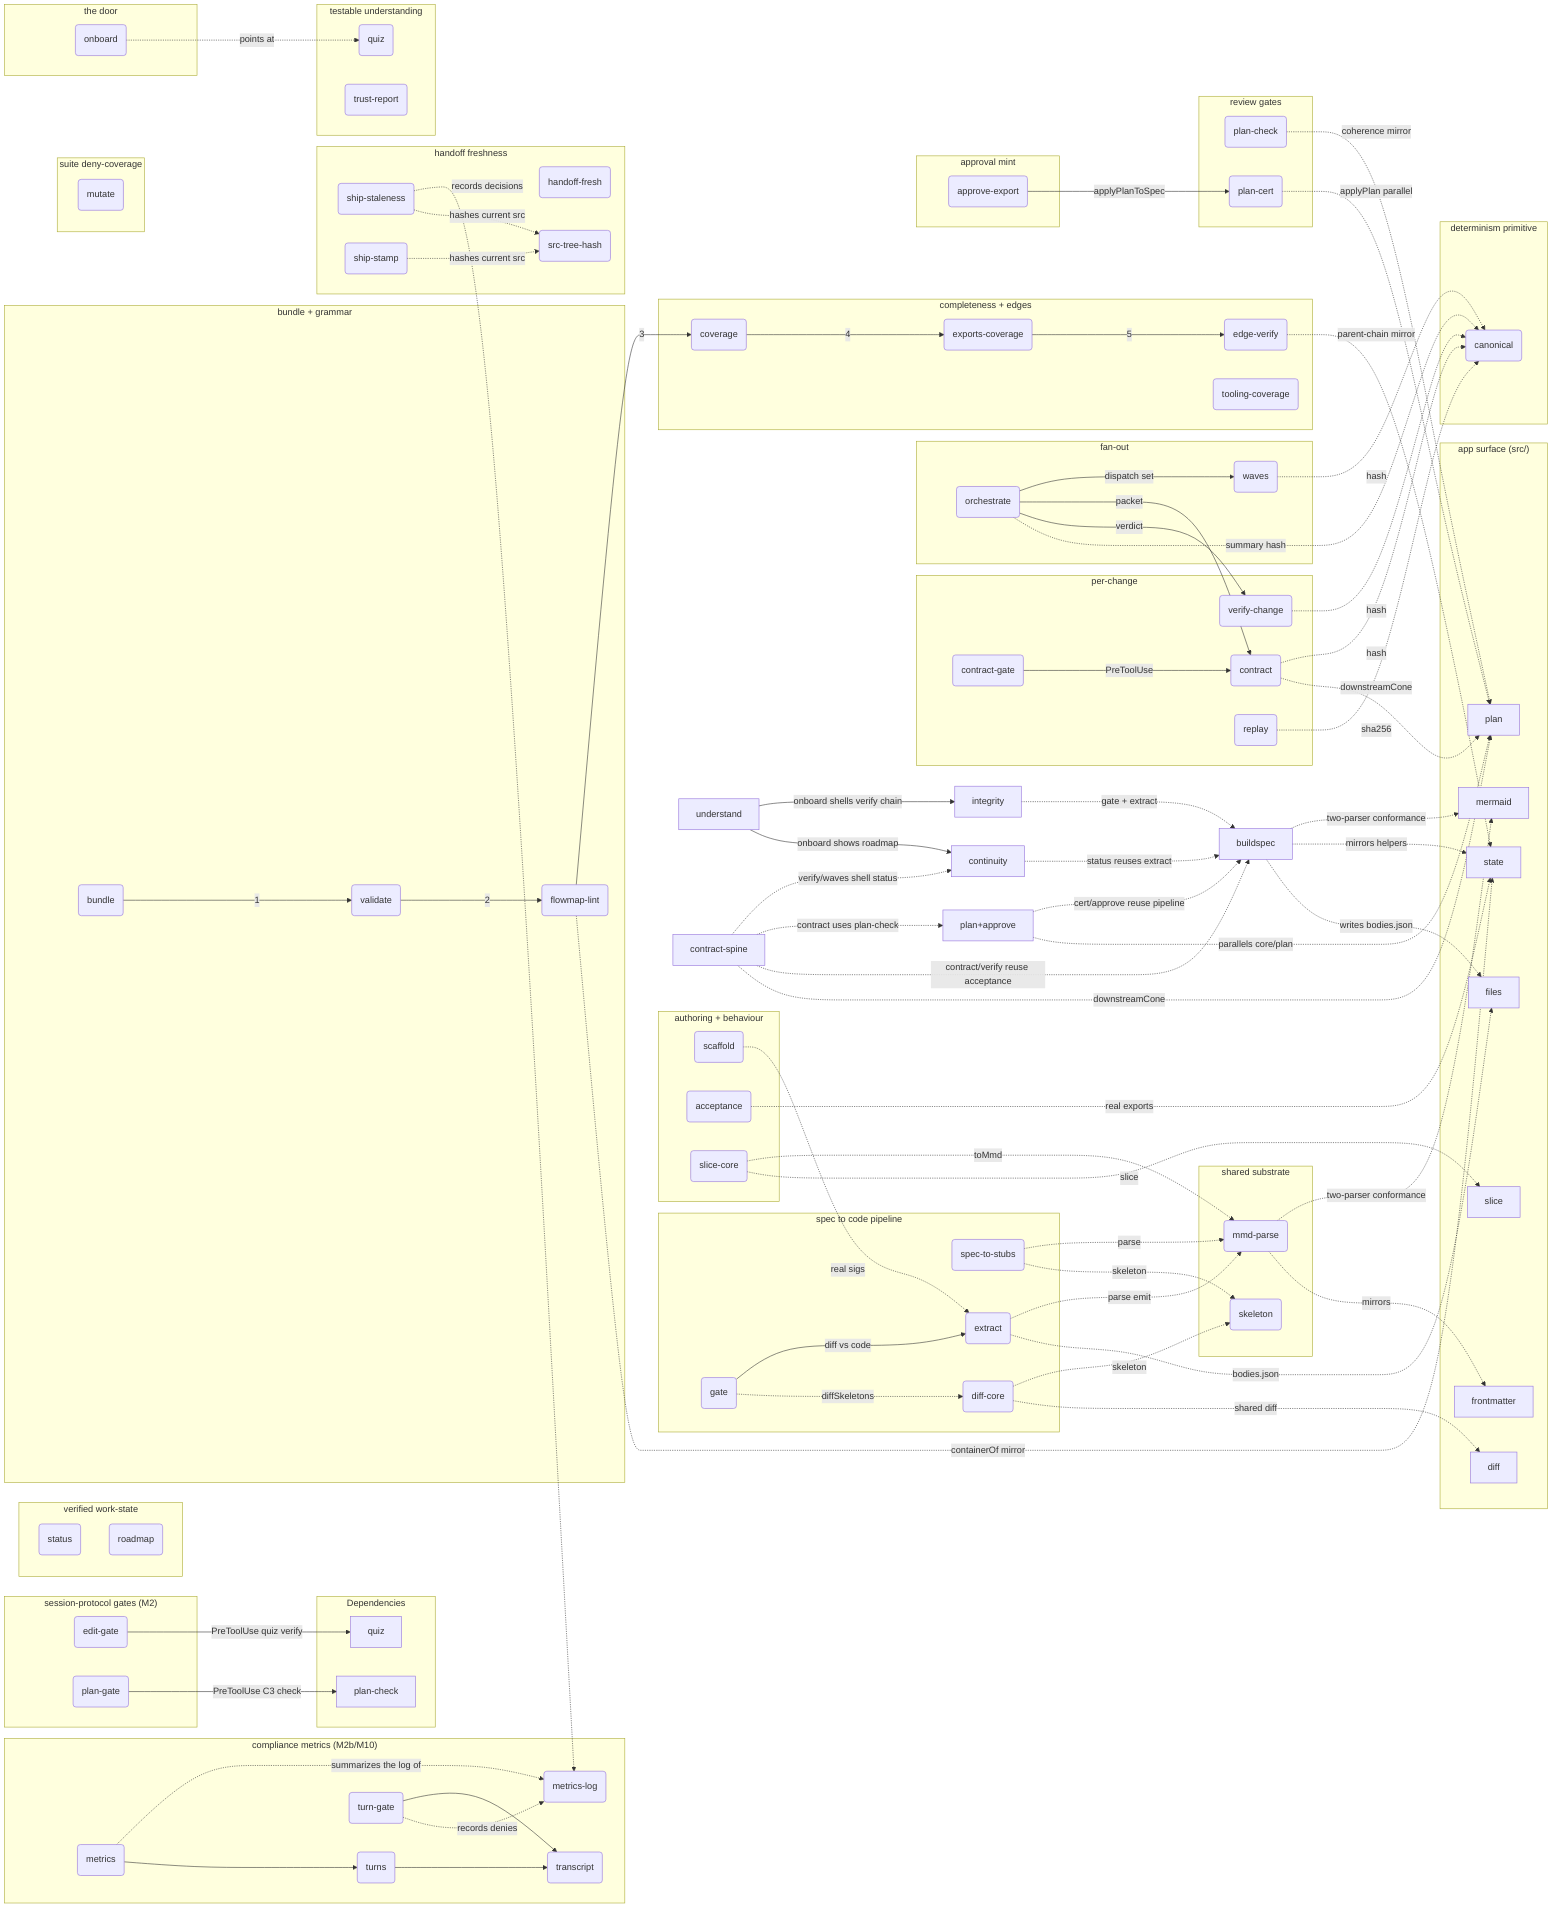
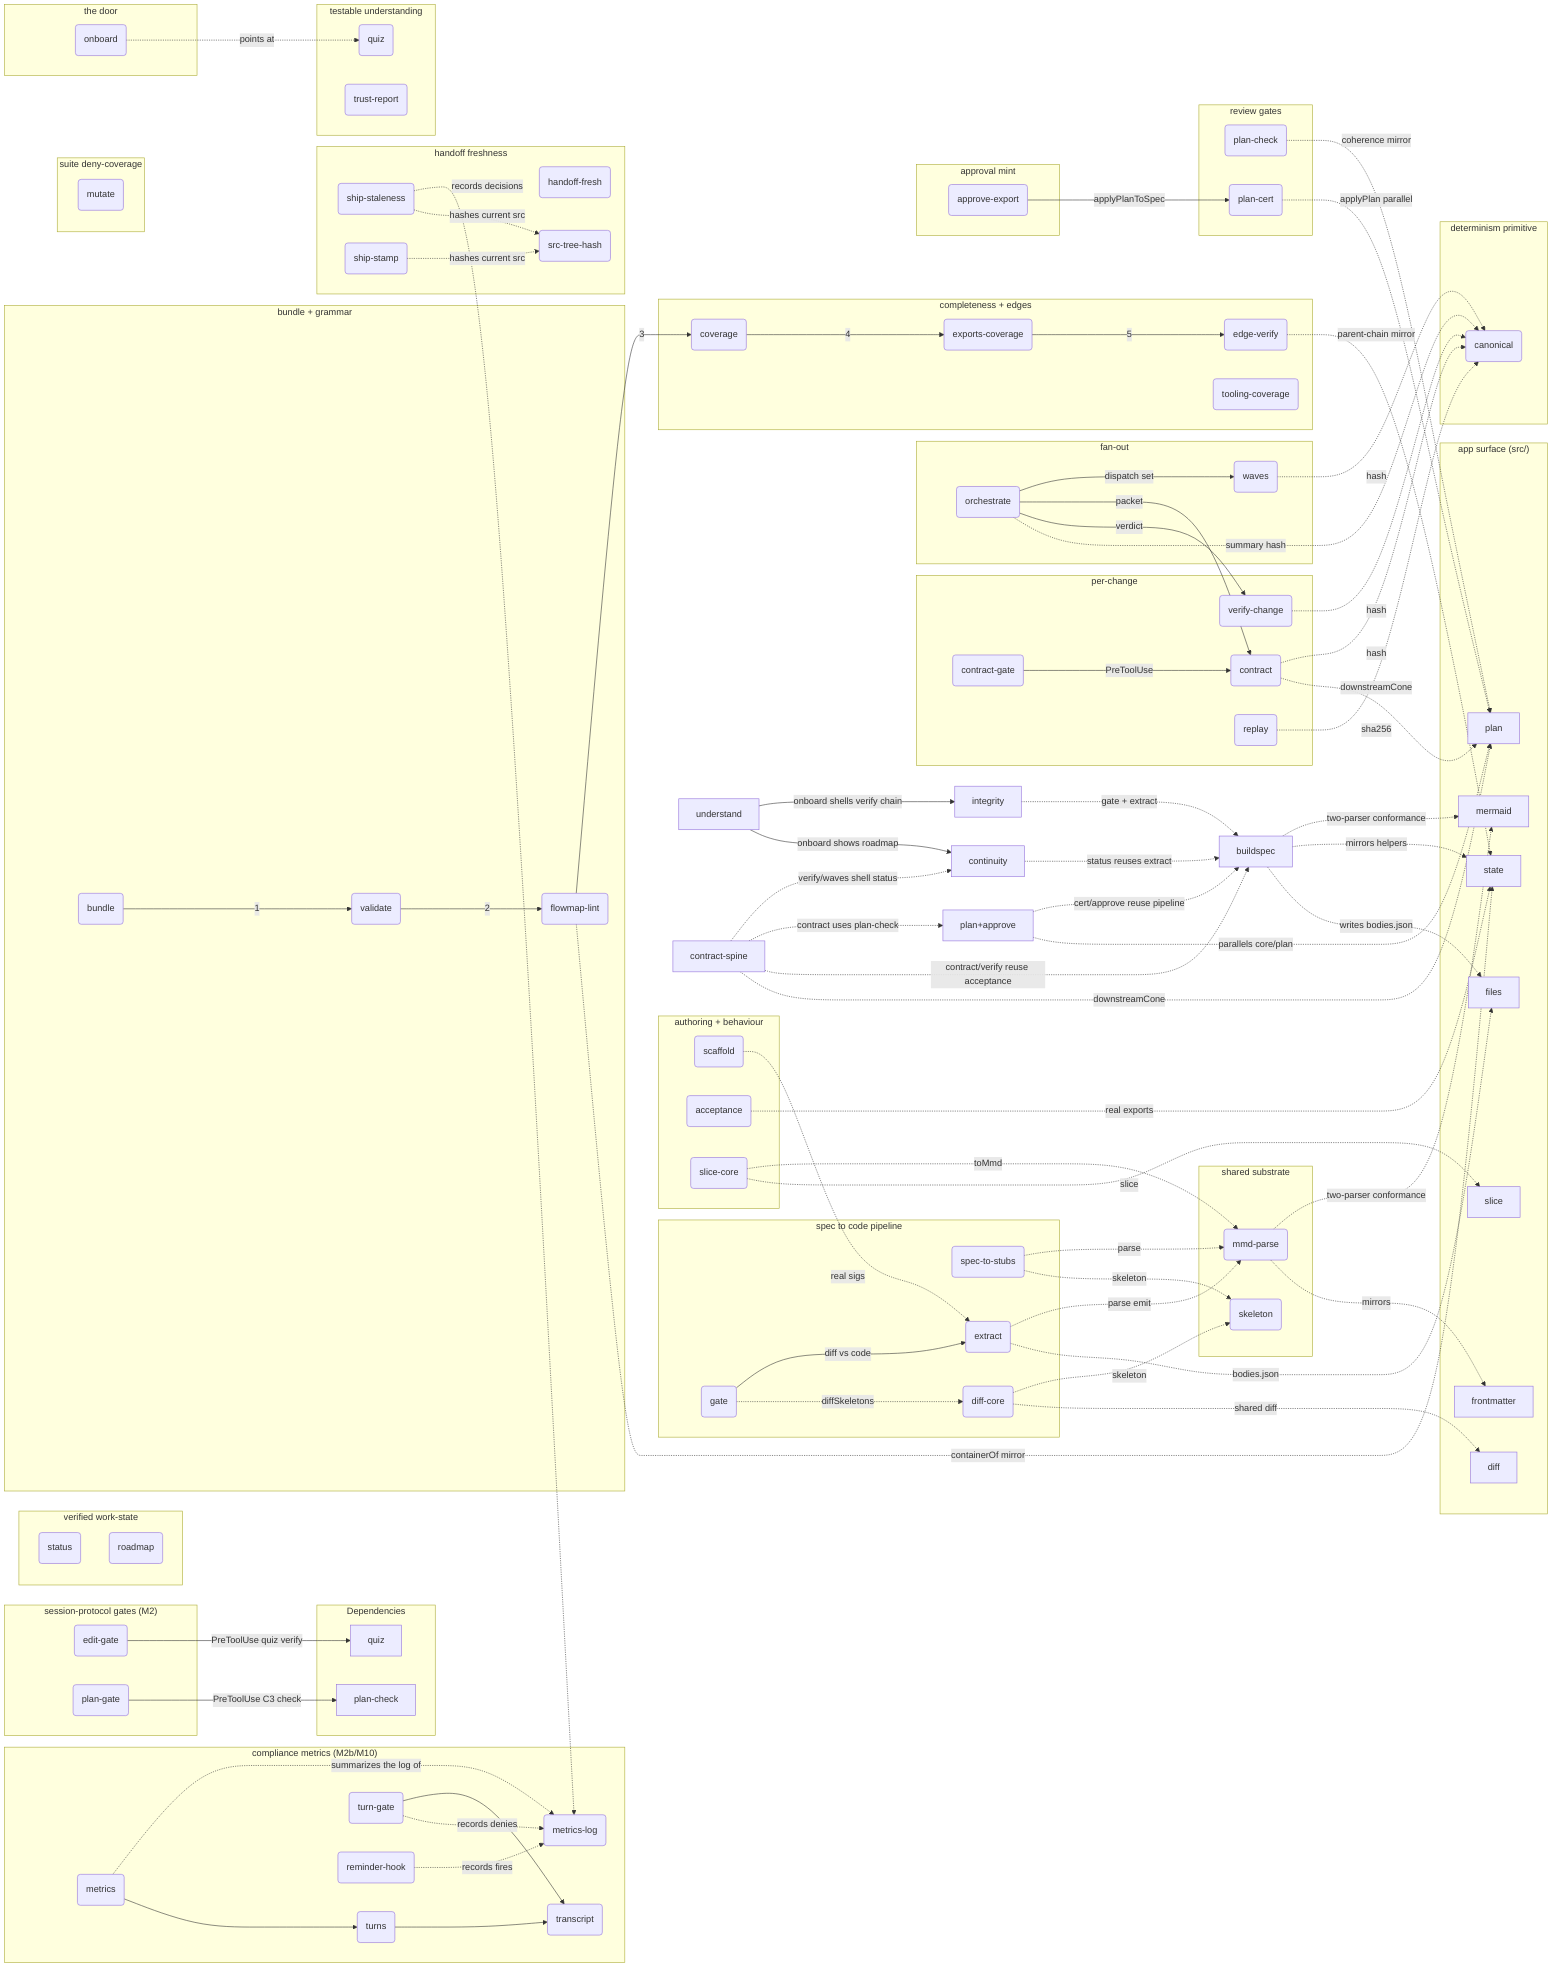
flowchart LR
%% AUTO-GENERATED BUNDLE — do not edit. Edit the per-folder fragments and re-bundle.
%% root flowmapBuildspec

%% fm:meta mermaid name=mermaid
%% fm:meta mermaid desc=app serializer/parser the tooling parser must agree with (two-parser conformance A3)
%% fm:meta frontmatter name=frontmatter
%% fm:meta frontmatter desc=app frontmatter model the tooling parser and skeleton mirror
%% fm:meta state name=state
%% fm:meta state desc=app model and geometry helpers the tooling mirrors and runs acceptance cases against
%% fm:meta files name=files
%% fm:meta files desc=app file IO that consumes the bodies.json the extractor writes
%% fm:meta diff name=diff
%% fm:meta diff desc=app semantic diff whose engine the tooling diff-core shares
%% fm:meta slice name=slice
%% fm:meta slice desc=app neighbourhood slice whose engine the tooling slice-core mirrors
%% fm:meta plan name=plan
%% fm:meta plan desc=app plan overlay model the tooling plan/cert/contract tools parallel and route into
%% fm:meta flowmapBuildspec__mmdParse name=mmd-parse
%% fm:meta flowmapBuildspec__mmdParse desc=zero-dep parser and serializer for the .mmd dialect every tool imports
%% fm:meta flowmapBuildspec__skeleton name=skeleton
%% fm:meta flowmapBuildspec__skeleton desc=canonical contract skeleton of a node plus all type normalization
%% fm:meta flowmapBuildspec__specToStubs name=spec-to-stubs
%% fm:meta flowmapBuildspec__specToStubs desc=step 1 emit TS stubs and contracts so interface drift becomes a tsc error
%% fm:meta flowmapBuildspec__extract name=extract
%% fm:meta flowmapBuildspec__extract desc=step 2 ts-morph walks src and re-serializes real code into a map plus bodies.json
%% fm:meta flowmapBuildspec__diffCore name=diff-core
%% fm:meta flowmapBuildspec__diffCore desc=pure structural diff between two skeleton maps categorizing every mismatch
%% fm:meta flowmapBuildspec__gate name=gate
%% fm:meta flowmapBuildspec__gate desc=step 3 diff committed spec against extracted code and exit non-zero on drift
%% fm:meta flowmapBuildspec__scaffold name=scaffold
%% fm:meta flowmapBuildspec__scaffold desc=author aid init backfill signatures and append plan nodes to fragments
%% fm:meta flowmapBuildspec__acceptance name=acceptance
%% fm:meta flowmapBuildspec__acceptance desc=Keystone 2 run behavioural cases against real src exports to prove correctness
%% fm:meta flowmapBuildspec__sliceCore name=slice-core
%% fm:meta flowmapBuildspec__sliceCore desc=pure model slicer reducing a parsed map to a seed node neighbourhood
%% fm:meta flowmapContinuity__status name=status
%% fm:meta flowmapContinuity__status desc=verified work-state compare a plan proposed signatures against live code built pending drifted missing
%% fm:meta flowmapContinuity__roadmap name=roadmap
%% fm:meta flowmapContinuity__roadmap desc=compute roadmap phase status from predicates and audit the no prose status ban
%% fm:meta flowmapContinuity__handoff name=handoff-fresh
%% fm:meta flowmapContinuity__handoff desc=detect when the handoff lags commits and falsify not yet committed prose claims
%% fm:meta flowmapContinuity__shipStaleness name=ship-staleness
%% fm:meta flowmapContinuity__shipStaleness desc=Stop hook block a session end while src content hash differs from the last recorded ship stamp
%% fm:meta flowmapContinuity__shipStamp name=ship-stamp
%% fm:meta flowmapContinuity__shipStamp desc=last step of flowmap ship record the current src content hash to docs flowmap ship-stamp.json
%% fm:meta flowmapContinuity__srcTreeHash name=src-tree-hash
%% fm:meta flowmapContinuity__srcTreeHash desc=git plumbing content hash of a directory working tree scratch index add write-tree no timestamps
%% fm:meta flowmapContinuity__metrics name=metrics
%% fm:meta flowmapContinuity__metrics desc=M2b summarize the compliance log into rates quiz gate ship cert unproven and wrap ship runs transparently
%% fm:meta flowmapContinuity__metricsLog name=metrics-log
%% fm:meta flowmapContinuity__metricsLog desc=fail silent JSONL emitter the gates quiz and verdict tools import logging may never change a decision
%% fm:meta flowmapContinuity__turns name=turns
%% fm:meta flowmapContinuity__turns desc=M10 measure turn discipline batch ratio cache read tokens subagent tokens tokens to first src edit over session transcripts
%% fm:meta flowmapContinuity__transcriptLib name=transcript
%% fm:meta flowmapContinuity__transcriptLib desc=shared Claude Code transcript parser dedupe assistant API calls by message id merge usage accumulate tool uses
%% fm:meta flowmapContinuity__turnGate name=turn-gate
%% fm:meta flowmapContinuity__turnGate desc=M10 force PreToolUse gate denies a streak of four or more consecutive single-read turns fails open on unreadable input one free retry marker
+ %% fm:meta flowmapContinuity__reminderHook name=reminder-hook
+ %% fm:meta flowmapContinuity__reminderHook desc=PreToolUse hook throttled advisory reminder injection into main-agent context fail-open never emits decision or permissionDecision
%% fm:meta flowmapContractSpine__canonical name=canonical
%% fm:meta flowmapContractSpine__canonical desc=the determinism primitive key sorted JSON and sha256 so equality is a hash compare
%% fm:meta flowmapContractSpine__contract name=contract
%% fm:meta flowmapContractSpine__contract desc=emit a byte deterministic per change packet by routing blast radius source and coherence
%% fm:meta flowmapContractSpine__contractGate name=contract-gate
%% fm:meta flowmapContractSpine__contractGate desc=PreToolUse hook deny a spawn carrying a contract sentinel unless the contract resolves clean
%% fm:meta flowmapContractSpine__editGate name=edit-gate
%% fm:meta flowmapContractSpine__editGate desc=PreToolUse hook deny a src edit unless a quiz pass verifies against the current map bytes
%% fm:meta flowmapContractSpine__planGate name=plan-gate
%% fm:meta flowmapContractSpine__planGate desc=PreToolUse hook deny ExitPlanMode while the named or in flight plan fails coherence
%% fm:meta flowmapContractSpine__verifyChange name=verify-change
%% fm:meta flowmapContractSpine__verifyChange desc=fold structural and behavioural results into a data only verdict strict refuses over trust
%% fm:meta flowmapContractSpine__replay name=replay
%% fm:meta flowmapContractSpine__replay desc=determinism harness run a command N times and assert one stdout hash
%% fm:meta flowmapContractSpine__waves name=waves
%% fm:meta flowmapContractSpine__waves desc=topological wave partition of unbuilt changes with cycle detection for parallel dispatch
%% fm:meta flowmapContractSpine__orchestrate name=orchestrate
%% fm:meta flowmapContractSpine__orchestrate desc=the driver waves to per change worktree plus contract to verdict to canonical summary
%% fm:meta flowmapIntegrity__bundle name=bundle
%% fm:meta flowmapIntegrity__bundle desc=merge root plus every fragment into one bundle namespacing private ids
%% fm:meta flowmapIntegrity__validate name=validate
%% fm:meta flowmapIntegrity__validate desc=grammar gate one header unique ids every reference resolves one kind per node
%% fm:meta flowmapIntegrity__lint name=flowmap-lint
%% fm:meta flowmapIntegrity__lint desc=architecture altitude gate fail on flat file-mirror or unsectioned loose bag
%% fm:meta flowmapIntegrity__coverage name=coverage
%% fm:meta flowmapIntegrity__coverage desc=file completeness guard every source file is represented or has a fragment
%% fm:meta flowmapIntegrity__exports name=exports-coverage
%% fm:meta flowmapIntegrity__exports desc=symbol completeness guard every exported symbol is a node or audited entry
%% fm:meta flowmapIntegrity__edges name=edge-verify
%% fm:meta flowmapIntegrity__edges desc=edge integrity guard every edge is import backed intra file or audited advisory
%% fm:meta flowmapIntegrity__toolingCoverage name=tooling-coverage
%% fm:meta flowmapIntegrity__toolingCoverage desc=completeness plus symbol truth guard for the tooling map itself
%% fm:meta flowmapIntegrity__mutate name=mutate
%% fm:meta flowmapIntegrity__mutate desc=mutation harness apply corpus defects in isolated HEAD worktrees and assert the suite reacts as the corpus expects
%% fm:meta flowmapPlanApprove__planCheck name=plan-check
%% fm:meta flowmapPlanApprove__planCheck desc=C3 authoring coherence real ids acyclic deps valid parents coherent accepted set
%% fm:meta flowmapPlanApprove__planCert name=plan-cert
%% fm:meta flowmapPlanApprove__planCert desc=C2 dry-run certificate apply the plan and run generate tsc extract gate as a delta
%% fm:meta flowmapPlanApprove__approve name=approve-export
%% fm:meta flowmapPlanApprove__approve desc=E1 mint write approved map contracts filtered plan and checklist
%% fm:meta flowmapUnderstand__onboard name=onboard
%% fm:meta flowmapUnderstand__onboard desc=the single verifiable door shell the verify chain emit invariants print quiz and roadmap
%% fm:meta flowmapUnderstand__quiz name=quiz
%% fm:meta flowmapUnderstand__quiz desc=Keystone 1 generate structural questions and score answers against live re-derived keys
%% fm:meta flowmapUnderstand__trust name=trust-report
%% fm:meta flowmapUnderstand__trust desc=tier every claim verified advisory or unverified so readers know what is enforced

%% kind flowmapBuildspec module
%% kind flowmapIntegrity module
%% kind flowmapUnderstand module
%% kind flowmapContinuity module
%% kind flowmapPlanApprove module
%% kind flowmapContractSpine module
%% kind mermaid module
%% kind frontmatter module
%% kind state module
%% kind files module
%% kind diff module
%% kind slice module
%% kind plan module
%% kind flowmapBuildspec__mmdParse module
%% kind flowmapBuildspec__skeleton module
%% kind flowmapBuildspec__specToStubs service
%% kind flowmapBuildspec__extract service
%% kind flowmapBuildspec__diffCore module
%% kind flowmapBuildspec__gate service
%% kind flowmapBuildspec__scaffold service
%% kind flowmapBuildspec__acceptance service
%% kind flowmapBuildspec__sliceCore module
%% kind flowmapContinuity__status service
%% kind flowmapContinuity__roadmap service
%% kind flowmapContinuity__handoff service
%% kind flowmapContinuity__shipStaleness service
%% kind flowmapContinuity__shipStamp service
%% kind flowmapContinuity__srcTreeHash module
%% kind flowmapContinuity__metrics service
%% kind flowmapContinuity__metricsLog module
%% kind flowmapContinuity__turns service
%% kind flowmapContinuity__transcriptLib module
%% kind flowmapContinuity__turnGate service
+ %% kind flowmapContinuity__reminderHook service
%% kind flowmapContractSpine__canonical module
%% kind flowmapContractSpine__contract service
%% kind flowmapContractSpine__contractGate service
%% kind flowmapContractSpine__editGate service
%% kind flowmapContractSpine__planGate service
%% kind flowmapContractSpine__verifyChange service
%% kind flowmapContractSpine__replay service
%% kind flowmapContractSpine__waves service
%% kind flowmapContractSpine__orchestrate service
%% kind flowmapIntegrity__bundle service
%% kind flowmapIntegrity__validate service
%% kind flowmapIntegrity__lint service
%% kind flowmapIntegrity__coverage service
%% kind flowmapIntegrity__exports service
%% kind flowmapIntegrity__edges service
%% kind flowmapIntegrity__toolingCoverage service
%% kind flowmapIntegrity__mutate service
%% kind flowmapPlanApprove__planCheck service
%% kind flowmapPlanApprove__planCert service
%% kind flowmapPlanApprove__approve service
%% kind flowmapUnderstand__onboard service
%% kind flowmapUnderstand__quiz service
%% kind flowmapUnderstand__trust service
%% parent flowmapBuildspec__bs_substrate flowmapBuildspec
%% parent flowmapBuildspec__bs_pipeline flowmapBuildspec
%% parent flowmapBuildspec__bs_aids flowmapBuildspec
%% parent flowmapContinuity__co_state flowmapContinuity
%% parent flowmapContinuity__co_handoff flowmapContinuity
%% parent flowmapContinuity__co_metrics flowmapContinuity
%% parent flowmapContractSpine__cs_prim flowmapContractSpine
%% parent flowmapContractSpine__cs_change flowmapContractSpine
%% parent flowmapContractSpine__cs_fanout flowmapContractSpine
%% parent flowmapContractSpine__cs_protocol flowmapContractSpine
%% parent flowmapIntegrity__in_build flowmapIntegrity
%% parent flowmapIntegrity__in_complete flowmapIntegrity
%% parent flowmapIntegrity__in_suite flowmapIntegrity
%% parent flowmapPlanApprove__pa_gates flowmapPlanApprove
%% parent flowmapPlanApprove__pa_mint flowmapPlanApprove
%% parent flowmapUnderstand__un_door flowmapUnderstand
%% parent flowmapUnderstand__un_prove flowmapUnderstand
%% src flowmapBuildspec__mmdParse tools/buildspec/mmd-parse.mjs#parseMmd
%% src flowmapBuildspec__skeleton tools/buildspec/skeleton.mjs#specSkeleton
%% src flowmapBuildspec__specToStubs tools/buildspec/spec-to-stubs.mjs#generate
%% src flowmapBuildspec__extract tools/buildspec/extract.mjs#extract
%% src flowmapBuildspec__diffCore tools/buildspec/diff-core.mjs#diffSkeletons
%% src flowmapBuildspec__gate tools/buildspec/gate.mjs
%% src flowmapBuildspec__scaffold tools/buildspec/scaffold.mjs#addFromPlan
%% src flowmapBuildspec__acceptance tools/buildspec/acceptance.mjs#runAcceptance
%% src flowmapBuildspec__sliceCore tools/buildspec/slice-core.mjs#sliceModel
%% src flowmapContinuity__status tools/flowmap/status.mjs
%% src flowmapContinuity__roadmap tools/flowmap/roadmap.mjs
%% src flowmapContinuity__handoff tools/flowmap/handoff-fresh.mjs#checkContentClaims
%% src flowmapContinuity__shipStaleness tools/flowmap/ship-staleness.mjs
%% src flowmapContinuity__shipStamp tools/flowmap/ship-stamp.mjs
%% src flowmapContinuity__srcTreeHash tools/flowmap/lib/src-tree-hash.mjs#srcTreeHash
%% src flowmapContinuity__metrics tools/flowmap/metrics.mjs
%% src flowmapContinuity__metricsLog tools/flowmap/lib/metrics-log.mjs#recordEvent
%% src flowmapContinuity__turns tools/flowmap/turns.mjs
%% src flowmapContinuity__transcriptLib tools/flowmap/lib/transcript.mjs#parseTranscript
%% src flowmapContinuity__turnGate tools/flowmap/turn-gate.mjs
+ %% src flowmapContinuity__reminderHook tools/flowmap/reminder-hook.mjs
%% src flowmapContractSpine__canonical tools/flowmap/lib/canonical.mjs#canonicalize
%% src flowmapContractSpine__contract tools/flowmap/contract.mjs
%% src flowmapContractSpine__contractGate tools/flowmap/contract-gate.mjs
%% src flowmapContractSpine__editGate tools/flowmap/edit-gate.mjs
%% src flowmapContractSpine__planGate tools/flowmap/plan-gate.mjs
%% src flowmapContractSpine__verifyChange tools/flowmap/verify-change.mjs
%% src flowmapContractSpine__replay tools/flowmap/replay.mjs
%% src flowmapContractSpine__waves tools/flowmap/waves.mjs
%% src flowmapContractSpine__orchestrate tools/flowmap/orchestrate.mjs
%% src flowmapIntegrity__bundle tools/flowmap/bundle.mjs
%% src flowmapIntegrity__validate tools/flowmap/validate.mjs
%% src flowmapIntegrity__lint tools/flowmap/flowmap-lint.mjs#lint
%% src flowmapIntegrity__coverage tools/flowmap/coverage.mjs
%% src flowmapIntegrity__exports tools/flowmap/exports-coverage.mjs
%% src flowmapIntegrity__edges tools/flowmap/edge-verify.mjs#verifyEdges
%% src flowmapIntegrity__toolingCoverage tools/flowmap/tooling-coverage.mjs
%% src flowmapIntegrity__mutate tools/flowmap/mutate.mjs
%% src flowmapPlanApprove__planCheck tools/flowmap/plan-check.mjs#checkPlan
%% src flowmapPlanApprove__planCert tools/flowmap/plan-cert.mjs#certifyPlan
%% src flowmapPlanApprove__approve tools/flowmap/approve-export.mjs#approveExport
%% src flowmapUnderstand__onboard tools/flowmap/onboard.mjs
%% src flowmapUnderstand__quiz tools/flowmap/quiz.mjs
%% src flowmapUnderstand__trust tools/flowmap/trust-report.mjs

  flowmapBuildspec["buildspec"]
  flowmapIntegrity["integrity"]
  flowmapUnderstand["understand"]
  flowmapContinuity["continuity"]
  flowmapPlanApprove["plan+approve"]
  flowmapContractSpine["contract-spine"]
  subgraph AppSurface ["app surface (src/)"]
    mermaid["mermaid"]
    frontmatter["frontmatter"]
    state["state"]
    files["files"]
    diff["diff"]
    slice["slice"]
    plan["plan"]
  end
  %% ---- subsystem-level flow (the loop) ----
  %% ---- tooling -> app surface (the blast radius) ----

  subgraph flowmapBuildspec__bs_substrate ["shared substrate"]
    flowmapBuildspec__mmdParse("mmd-parse")
    flowmapBuildspec__skeleton("skeleton")
  end
  subgraph flowmapBuildspec__bs_pipeline ["spec to code pipeline"]
    flowmapBuildspec__specToStubs("spec-to-stubs")
    flowmapBuildspec__extract("extract")
    flowmapBuildspec__gate("gate")
    flowmapBuildspec__diffCore("diff-core")
  end
  subgraph flowmapBuildspec__bs_aids ["authoring + behaviour"]
    flowmapBuildspec__scaffold("scaffold")
    flowmapBuildspec__acceptance("acceptance")
    flowmapBuildspec__sliceCore("slice-core")
  end

  subgraph flowmapContinuity__co_state ["verified work-state"]
    flowmapContinuity__status("status")
    flowmapContinuity__roadmap("roadmap")
  end
  subgraph flowmapContinuity__co_handoff ["handoff freshness"]
    flowmapContinuity__handoff("handoff-fresh")
    flowmapContinuity__shipStaleness("ship-staleness")
    flowmapContinuity__shipStamp("ship-stamp")
    flowmapContinuity__srcTreeHash("src-tree-hash")
  end
  subgraph flowmapContinuity__co_metrics ["compliance metrics (M2b/M10)"]
    flowmapContinuity__metrics("metrics")
    flowmapContinuity__metricsLog("metrics-log")
    flowmapContinuity__turns("turns")
    flowmapContinuity__transcriptLib("transcript")
    flowmapContinuity__turnGate("turn-gate")
+     flowmapContinuity__reminderHook("reminder-hook")
  end

  subgraph flowmapContractSpine__cs_prim ["determinism primitive"]
    flowmapContractSpine__canonical("canonical")
  end
  subgraph flowmapContractSpine__cs_change ["per-change"]
    flowmapContractSpine__contract("contract")
    flowmapContractSpine__contractGate("contract-gate")
    flowmapContractSpine__verifyChange("verify-change")
    flowmapContractSpine__replay("replay")
  end
  subgraph flowmapContractSpine__cs_fanout ["fan-out"]
    flowmapContractSpine__waves("waves")
    flowmapContractSpine__orchestrate("orchestrate")
  end
  subgraph flowmapContractSpine__cs_protocol ["session-protocol gates (M2)"]
    flowmapContractSpine__editGate("edit-gate")
    flowmapContractSpine__planGate("plan-gate")
  end
  subgraph flowmapContractSpine__Deps ["Dependencies"]
    flowmapContractSpine__quiz["quiz"]
    flowmapContractSpine__planCheck["plan-check"]
  end

  subgraph flowmapIntegrity__in_build ["bundle + grammar"]
    flowmapIntegrity__bundle("bundle")
    flowmapIntegrity__validate("validate")
    flowmapIntegrity__lint("flowmap-lint")
  end
  subgraph flowmapIntegrity__in_complete ["completeness + edges"]
    flowmapIntegrity__coverage("coverage")
    flowmapIntegrity__exports("exports-coverage")
    flowmapIntegrity__edges("edge-verify")
    flowmapIntegrity__toolingCoverage("tooling-coverage")
  end
  subgraph flowmapIntegrity__in_suite ["suite deny-coverage"]
    flowmapIntegrity__mutate("mutate")
  end

  subgraph flowmapPlanApprove__pa_gates ["review gates"]
    flowmapPlanApprove__planCheck("plan-check")
    flowmapPlanApprove__planCert("plan-cert")
  end
  subgraph flowmapPlanApprove__pa_mint ["approval mint"]
    flowmapPlanApprove__approve("approve-export")
  end

  subgraph flowmapUnderstand__un_door ["the door"]
    flowmapUnderstand__onboard("onboard")
  end
  subgraph flowmapUnderstand__un_prove ["testable understanding"]
    flowmapUnderstand__quiz("quiz")
    flowmapUnderstand__trust("trust-report")
  end

  flowmapUnderstand -->|onboard shells verify chain| flowmapIntegrity
  flowmapUnderstand -->|onboard shows roadmap| flowmapContinuity
  flowmapIntegrity -.->|gate + extract| flowmapBuildspec
  flowmapContinuity -.->|status reuses extract| flowmapBuildspec
  flowmapPlanApprove -.->|cert/approve reuse pipeline| flowmapBuildspec
  flowmapContractSpine -.->|verify/waves shell status| flowmapContinuity
  flowmapContractSpine -.->|contract uses plan-check| flowmapPlanApprove
  flowmapContractSpine -.->|contract/verify reuse acceptance| flowmapBuildspec
  flowmapBuildspec -.->|two-parser conformance| mermaid
  flowmapBuildspec -.->|mirrors helpers| state
  flowmapBuildspec -.->|writes bodies.json| files
  flowmapPlanApprove -.->|parallels core/plan| plan
  flowmapContractSpine -.->|downstreamCone| plan
  flowmapBuildspec__gate -->|diff vs code| flowmapBuildspec__extract
  flowmapBuildspec__gate -.->|diffSkeletons| flowmapBuildspec__diffCore
  flowmapBuildspec__diffCore -.->|skeleton| flowmapBuildspec__skeleton
  flowmapBuildspec__extract -.->|parse emit| flowmapBuildspec__mmdParse
  flowmapBuildspec__specToStubs -.->|parse| flowmapBuildspec__mmdParse
  flowmapBuildspec__specToStubs -.->|skeleton| flowmapBuildspec__skeleton
  flowmapBuildspec__scaffold -.->|real sigs| flowmapBuildspec__extract
  flowmapBuildspec__sliceCore -.->|toMmd| flowmapBuildspec__mmdParse
  flowmapBuildspec__mmdParse -.->|two-parser conformance| mermaid
  flowmapBuildspec__mmdParse -.->|mirrors| frontmatter
  flowmapBuildspec__extract -.->|bodies.json| files
  flowmapBuildspec__acceptance -.->|real exports| state
  flowmapBuildspec__diffCore -.->|shared diff| diff
  flowmapBuildspec__sliceCore -.->|slice| slice
  flowmapContinuity__metrics -.->|summarizes the log of| flowmapContinuity__metricsLog
  flowmapContinuity__shipStaleness -.->|records decisions| flowmapContinuity__metricsLog
  flowmapContinuity__shipStaleness -.->|hashes current src| flowmapContinuity__srcTreeHash
  flowmapContinuity__shipStamp -.->|hashes current src| flowmapContinuity__srcTreeHash
  flowmapContinuity__metrics --> flowmapContinuity__turns
  flowmapContinuity__turns --> flowmapContinuity__transcriptLib
  flowmapContinuity__turnGate --> flowmapContinuity__transcriptLib
  flowmapContinuity__turnGate -.->|records denies| flowmapContinuity__metricsLog
+   flowmapContinuity__reminderHook -.->|records fires| flowmapContinuity__metricsLog
  flowmapContractSpine__contractGate -->|PreToolUse| flowmapContractSpine__contract
  flowmapContractSpine__editGate -->|PreToolUse quiz verify| flowmapContractSpine__quiz
  flowmapContractSpine__planGate -->|PreToolUse C3 check| flowmapContractSpine__planCheck
  flowmapContractSpine__orchestrate -->|dispatch set| flowmapContractSpine__waves
  flowmapContractSpine__orchestrate -->|packet| flowmapContractSpine__contract
  flowmapContractSpine__orchestrate -->|verdict| flowmapContractSpine__verifyChange
  flowmapContractSpine__contract -.->|hash| flowmapContractSpine__canonical
  flowmapContractSpine__verifyChange -.->|hash| flowmapContractSpine__canonical
  flowmapContractSpine__replay -.->|sha256| flowmapContractSpine__canonical
  flowmapContractSpine__waves -.->|hash| flowmapContractSpine__canonical
  flowmapContractSpine__orchestrate -.->|summary hash| flowmapContractSpine__canonical
  flowmapContractSpine__contract -.->|downstreamCone| plan
  flowmapIntegrity__bundle -->|1| flowmapIntegrity__validate
  flowmapIntegrity__validate -->|2| flowmapIntegrity__lint
  flowmapIntegrity__lint -->|3| flowmapIntegrity__coverage
  flowmapIntegrity__coverage -->|4| flowmapIntegrity__exports
  flowmapIntegrity__exports -->|5| flowmapIntegrity__edges
  flowmapIntegrity__lint -.->|containerOf mirror| state
  flowmapIntegrity__edges -.->|parent-chain mirror| state
  flowmapPlanApprove__approve -->|applyPlanToSpec| flowmapPlanApprove__planCert
  flowmapPlanApprove__planCheck -.->|coherence mirror| plan
  flowmapPlanApprove__planCert -.->|applyPlan parallel| plan
  flowmapUnderstand__onboard -.->|points at| flowmapUnderstand__quiz
